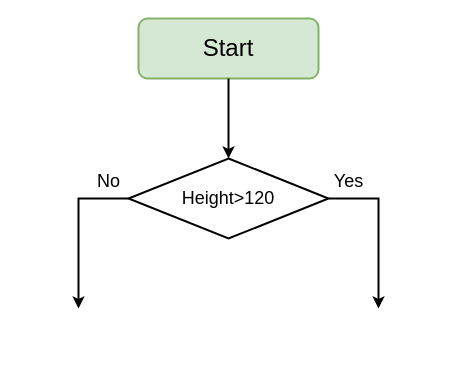
The draw.io diagram Untitled Diagram.drawio in HarshVardhanLabs/100DaysCodeChallenge, before the edit. Source tidied: cells renumbered, new cells numbered last; positions are measured from the earlier drawing's top-left corner, leaving out a move shared by most shapes. Both pictures are drawn from the tidied source at 100%, with x=0, y=0 at pixel (78, 18).
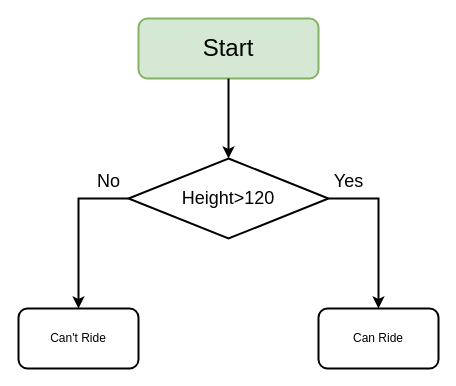
After the change.

Change to the diagram source:
```diff
@@
 <mxGraphModel>
   <root>
     <mxCell id="0" />
     <mxCell id="1" parent="0" />
     <mxCell id="2" value="Start" style="rounded=1;whiteSpace=wrap;html=1;fillColor=#d5e8d4;strokeColor=#82b366;strokeWidth=2;fontSize=24;" parent="1" vertex="1">
       <mxGeometry x="60" width="180" height="60" as="geometry" />
     </mxCell>
     <mxCell id="3" style="endArrow=classic;html=1;rounded=0;exitX=0.5;exitY=1;exitDx=0;exitDy=0;strokeWidth=2;" parent="1" edge="1" source="2">
       <mxGeometry relative="1" as="geometry">
         <mxPoint x="150" y="140" as="targetPoint" />
       </mxGeometry>
     </mxCell>
     <mxCell id="4" style="edgeStyle=orthogonalEdgeStyle;rounded=0;jettySize=auto;html=1;strokeWidth=2;" parent="1" edge="1" source="5">
       <mxGeometry relative="1" as="geometry">
         <mxPoint y="290" as="targetPoint" />
         <Array as="points">
           <mxPoint y="180" />
         </Array>
       </mxGeometry>
     </mxCell>
     <mxCell id="5" value="Height&amp;gt;120" style="rhombus;whiteSpace=wrap;html=1;strokeWidth=2;fontSize=18;" parent="1" vertex="1">
       <mxGeometry x="50" y="140" width="200" height="80" as="geometry" />
     </mxCell>
     <mxCell id="6" style="endArrow=classic;html=1;rounded=0;exitX=1;exitY=0.5;exitDx=0;exitDy=0;strokeWidth=2;" parent="1" edge="1" source="5">
       <mxGeometry relative="1" as="geometry">
         <mxPoint x="300" y="290" as="targetPoint" />
         <Array as="points">
           <mxPoint x="290" y="180" />
           <mxPoint x="300" y="180" />
         </Array>
       </mxGeometry>
     </mxCell>
     <mxCell id="7" value="&lt;font style=&quot;font-size: 18px;&quot;&gt;No&lt;/font&gt;" style="text;html=1;align=center;verticalAlign=middle;strokeColor=none;fillColor=none;" parent="1" vertex="1">
       <mxGeometry x="5" y="143" width="50" height="40" as="geometry" />
     </mxCell>
     <mxCell id="8" value="&lt;font style=&quot;font-size: 18px;&quot;&gt;Yes&lt;/font&gt;" style="text;html=1;align=center;verticalAlign=middle;strokeColor=none;fillColor=none;" parent="1" vertex="1">
       <mxGeometry x="245" y="143" width="50" height="40" as="geometry" />
     </mxCell>
+    <mxCell id="9" value="Can't Ride" style="rounded=1;whiteSpace=wrap;html=1;strokeWidth=2;" parent="1" vertex="1">
+      <mxGeometry x="-60" y="290" width="120" height="60" as="geometry" />
+    </mxCell>
+    <mxCell id="10" value="Can Ride" style="rounded=1;whiteSpace=wrap;html=1;strokeWidth=2;" parent="1" vertex="1">
+      <mxGeometry x="240" y="290" width="120" height="60" as="geometry" />
+    </mxCell>
   </root>
 </mxGraphModel>
```
